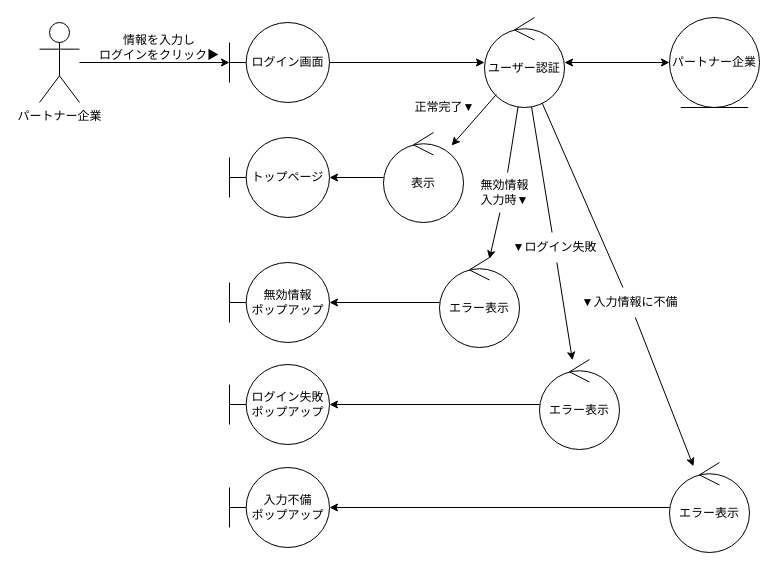
Before: page "ログイン" (8 of 9) of out/ロバストネス図/パートナー企業-ロバストネス図.drawio in ksw2270227/GroupF, a draw.io diagram. Source tidied: cells renumbered, new cells numbered last; positions are measured from the earlier drawing's top-left corner, leaving out a move shared by most shapes. Both pictures are drawn from the tidied source at 100%, with x=0, y=0 at pixel (39, 17).
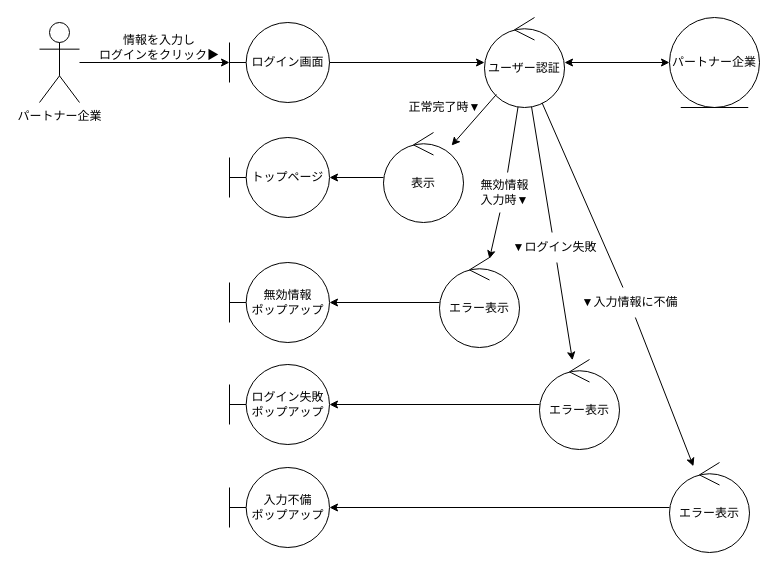
Above is the later version.

Change to the diagram source:
```diff
@@
-    <mxCell id="23" value="正常完了▼" style="text;html=1;align=center;verticalAlign=middle;strokeColor=none;fillColor=none;" parent="1" vertex="1">
-      <mxGeometry x="365" y="75" width="80" height="30" as="geometry" />
+    <mxCell id="23" value="正常完了時▼" style="text;html=1;align=center;verticalAlign=middle;strokeColor=none;fillColor=none;" parent="1" vertex="1">
+      <mxGeometry x="355" y="75" width="100" height="30" as="geometry" />
     </mxCell>
```
